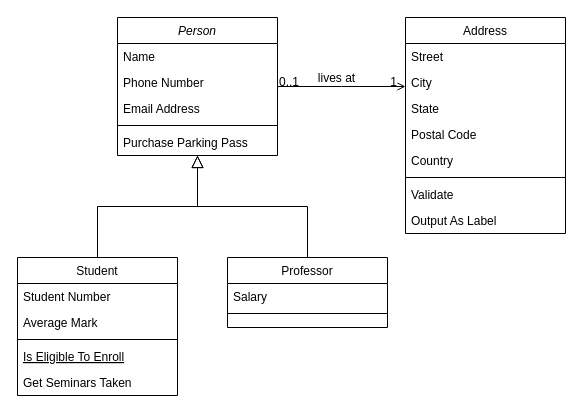
Before: PrivateUse/Study.drawio in Istaya/Gallery, a draw.io diagram. Source tidied: cells renumbered, new cells numbered last; positions are measured from the earlier drawing's top-left corner, leaving out a move shared by most shapes. Both pictures are drawn from the tidied source at 100%, with x=0, y=0 at pixel (17, 17).
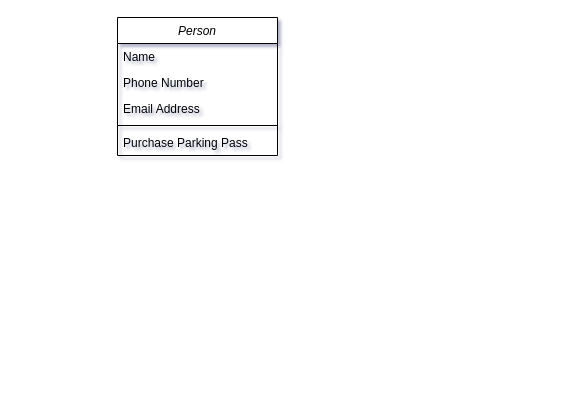
The same page after the edit.

The change refers to these unchanged cells:
```xml
<mxCell id="2" value="Person" style="swimlane;fontStyle=2;align=center;verticalAlign=top;horizontal=1;startSize=26;rounded=0;shadow=0;strokeWidth=1;" parent="1" vertex="1">
  <mxGeometry x="100" width="160" height="138" as="geometry" />
</mxCell>
```

Diff of the diagram source:
```diff
@@
-<mxGraphModel>
+<mxGraphModel shadow="1">
@@
-    <mxCell id="8" value="Student" style="swimlane;fontStyle=0;align=center;verticalAlign=top;horizontal=1;startSize=26;rounded=0;shadow=0;strokeWidth=1;" parent="1" vertex="1">
-      <mxGeometry y="240" width="160" height="138" as="geometry" />
-    </mxCell>
-    <mxCell id="9" value="Student Number" style="text;align=left;verticalAlign=top;spacingLeft=4;spacingRight=4;overflow=hidden;" parent="8" vertex="1">
-      <mxGeometry y="26" width="160" height="26" as="geometry" />
-    </mxCell>
-    <mxCell id="10" value="Average Mark" style="text;align=left;verticalAlign=top;spacingLeft=4;spacingRight=4;overflow=hidden;rounded=0;shadow=0;html=0;" parent="8" vertex="1">
-      <mxGeometry y="52" width="160" height="26" as="geometry" />
-    </mxCell>
-    <mxCell id="11" style="line;html=1;strokeWidth=1;align=left;verticalAlign=middle;spacingTop=-1;spacingLeft=3;spacingRight=3;labelPosition=right;" parent="8" vertex="1">
-      <mxGeometry y="78" width="160" height="8" as="geometry" />
-    </mxCell>
-    <mxCell id="12" value="Is Eligible To Enroll" style="text;align=left;verticalAlign=top;spacingLeft=4;spacingRight=4;overflow=hidden;fontStyle=4;" parent="8" vertex="1">
-      <mxGeometry y="86" width="160" height="26" as="geometry" />
-    </mxCell>
-    <mxCell id="13" value="Get Seminars Taken" style="text;align=left;verticalAlign=top;spacingLeft=4;spacingRight=4;overflow=hidden;" parent="8" vertex="1">
-      <mxGeometry y="112" width="160" height="26" as="geometry" />
-    </mxCell>
-    <mxCell id="14" style="endArrow=block;endSize=10;endFill=0;shadow=0;strokeWidth=1;rounded=0;edgeStyle=elbowEdgeStyle;elbow=vertical;" parent="1" edge="1" source="8" target="2">
-      <mxGeometry relative="1" as="geometry" />
-    </mxCell>
-    <mxCell id="15" value="Professor" style="swimlane;fontStyle=0;align=center;verticalAlign=top;horizontal=1;startSize=26;rounded=0;shadow=0;strokeWidth=1;" parent="1" vertex="1">
-      <mxGeometry x="210" y="240" width="160" height="70" as="geometry" />
-    </mxCell>
-    <mxCell id="16" value="Salary" style="text;align=left;verticalAlign=top;spacingLeft=4;spacingRight=4;overflow=hidden;" parent="15" vertex="1">
-      <mxGeometry y="26" width="160" height="26" as="geometry" />
-    </mxCell>
-    <mxCell id="17" style="line;html=1;strokeWidth=1;align=left;verticalAlign=middle;spacingTop=-1;spacingLeft=3;spacingRight=3;labelPosition=right;" parent="15" vertex="1">
-      <mxGeometry y="52" width="160" height="8" as="geometry" />
-    </mxCell>
-    <mxCell id="18" style="endArrow=block;endSize=10;endFill=0;shadow=0;strokeWidth=1;rounded=0;edgeStyle=elbowEdgeStyle;elbow=vertical;" parent="1" edge="1" source="15" target="2">
-      <mxGeometry relative="1" as="geometry" />
-    </mxCell>
-    <mxCell id="19" value="Address" style="swimlane;fontStyle=0;align=center;verticalAlign=top;horizontal=1;startSize=26;rounded=0;shadow=0;strokeWidth=1;" parent="1" vertex="1">
-      <mxGeometry x="388" width="160" height="216" as="geometry" />
-    </mxCell>
-    <mxCell id="20" value="Street" style="text;align=left;verticalAlign=top;spacingLeft=4;spacingRight=4;overflow=hidden;" parent="19" vertex="1">
-      <mxGeometry y="26" width="160" height="26" as="geometry" />
-    </mxCell>
-    <mxCell id="21" value="City" style="text;align=left;verticalAlign=top;spacingLeft=4;spacingRight=4;overflow=hidden;rounded=0;shadow=0;html=0;" parent="19" vertex="1">
-      <mxGeometry y="52" width="160" height="26" as="geometry" />
-    </mxCell>
-    <mxCell id="22" value="State" style="text;align=left;verticalAlign=top;spacingLeft=4;spacingRight=4;overflow=hidden;rounded=0;shadow=0;html=0;" parent="19" vertex="1">
-      <mxGeometry y="78" width="160" height="26" as="geometry" />
-    </mxCell>
-    <mxCell id="23" value="Postal Code" style="text;align=left;verticalAlign=top;spacingLeft=4;spacingRight=4;overflow=hidden;rounded=0;shadow=0;html=0;" parent="19" vertex="1">
-      <mxGeometry y="104" width="160" height="26" as="geometry" />
-    </mxCell>
-    <mxCell id="24" value="Country" style="text;align=left;verticalAlign=top;spacingLeft=4;spacingRight=4;overflow=hidden;rounded=0;shadow=0;html=0;" parent="19" vertex="1">
-      <mxGeometry y="130" width="160" height="26" as="geometry" />
-    </mxCell>
-    <mxCell id="25" style="line;html=1;strokeWidth=1;align=left;verticalAlign=middle;spacingTop=-1;spacingLeft=3;spacingRight=3;labelPosition=right;" parent="19" vertex="1">
-      <mxGeometry y="156" width="160" height="8" as="geometry" />
-    </mxCell>
-    <mxCell id="26" value="Validate" style="text;align=left;verticalAlign=top;spacingLeft=4;spacingRight=4;overflow=hidden;" parent="19" vertex="1">
-      <mxGeometry y="164" width="160" height="26" as="geometry" />
-    </mxCell>
-    <mxCell id="27" value="Output As Label" style="text;align=left;verticalAlign=top;spacingLeft=4;spacingRight=4;overflow=hidden;" parent="19" vertex="1">
-      <mxGeometry y="190" width="160" height="26" as="geometry" />
-    </mxCell>
-    <mxCell id="28" style="endArrow=open;shadow=0;strokeWidth=1;rounded=0;endFill=1;edgeStyle=elbowEdgeStyle;elbow=vertical;" parent="1" edge="1" source="2" target="19">
-      <mxGeometry x="0.5" y="41" relative="1" as="geometry">
-        <mxPoint x="-40" y="32" as="offset" />
-      </mxGeometry>
-    </mxCell>
-    <mxCell id="29" value="0..1" style="align=left;verticalAlign=bottom;labelBackgroundColor=none;fontSize=12;" parent="28" vertex="1">
-      <mxGeometry x="-1" relative="1" as="geometry">
-        <mxPoint y="4" as="offset" />
-      </mxGeometry>
-    </mxCell>
-    <mxCell id="30" value="1" style="align=right;verticalAlign=bottom;labelBackgroundColor=none;fontSize=12;" parent="28" vertex="1">
-      <mxGeometry x="1" relative="1" as="geometry">
-        <mxPoint x="-7" y="4" as="offset" />
-      </mxGeometry>
-    </mxCell>
-    <mxCell id="31" value="lives at" style="text;html=1;align=center;verticalAlign=middle;labelBackgroundColor=none;rounded=0;shadow=0;strokeWidth=1;fontSize=12;" parent="28" vertex="1">
-      <mxGeometry x="0.5" y="49" relative="1" as="geometry">
-        <mxPoint x="-38" y="40" as="offset" />
-      </mxGeometry>
-    </mxCell>
```
